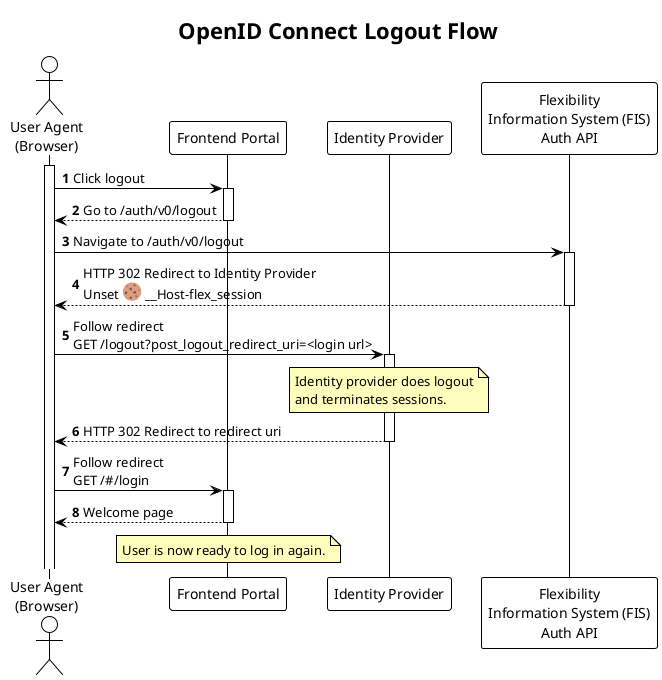
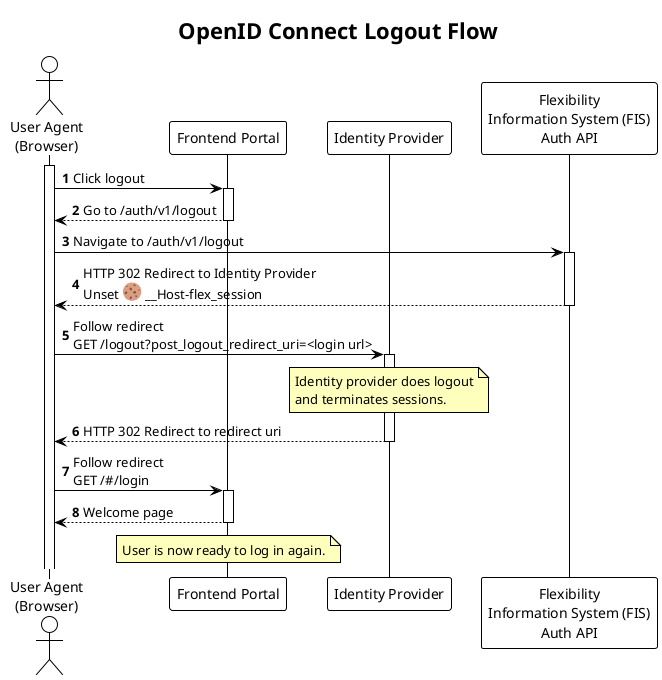
@startuml oidc_logout_sequence

!theme plain

title OpenID Connect Logout Flow

autonumber
autoactivate on

skinparam note {
    BackgroundColor #FFFFBD
}

actor "User Agent\n(Browser)" as UA
activate UA
participant "Frontend Portal" as PORTAL
participant "Identity Provider" as IDP
participant "Flexibility\nInformation System (FIS)\nAuth API" as AUTH

UA -> PORTAL: Click logout
- return Go to /auth/v0/logout
- UA -> AUTH: Navigate to /auth/v0/logout
+ return Go to /auth/v1/logout
+ UA -> AUTH: Navigate to /auth/v1/logout
return HTTP 302 Redirect to Identity Provider\nUnset <:cookie:> __Host-flex_session

UA -> IDP: Follow redirect\nGET /logout?post_logout_redirect_uri=<login url>
note over IDP
    Identity provider does logout
    and terminates sessions.
end note
return HTTP 302 Redirect to redirect uri

UA -> PORTAL: Follow redirect\nGET /#/login
return Welcome page

note over PORTAL
    User is now ready to log in again.
end note

@enduml
